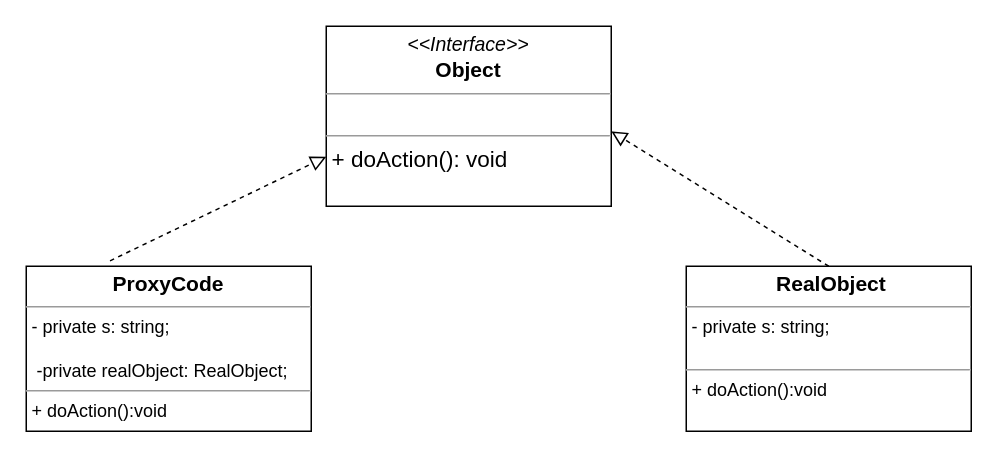
Above: structural/proxy/proxy.drawio in MaksShadows/Patterns (draw.io), before the change. Source tidied: cells renumbered, new cells numbered last; positions are measured from the earlier drawing's top-left corner, leaving out a move shared by most shapes. Both pictures are drawn from the tidied source at 150%, with x=0, y=0 at pixel (26, 26).
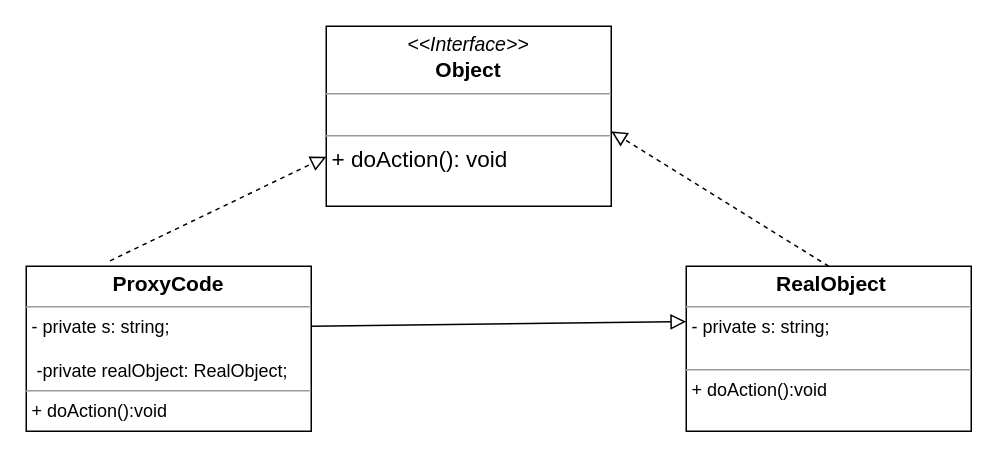
The same page after the edit.

What changed in the source:
```diff
@@
 <mxGraphModel>
   <root>
     <mxCell id="0" />
     <mxCell id="1" parent="0" />
     <mxCell id="2" value="&lt;p style=&quot;margin: 0px ; margin-top: 4px ; text-align: center&quot;&gt;&lt;b&gt;&lt;font style=&quot;font-size: 14px&quot;&gt;ProxyCode&lt;/font&gt;&lt;/b&gt;&lt;br&gt;&lt;/p&gt;&lt;hr size=&quot;1&quot;&gt;&lt;p style=&quot;margin: 0px ; margin-left: 4px&quot;&gt;-&amp;nbsp;&lt;span&gt;private s: string;&lt;/span&gt;&lt;/p&gt;&lt;p style=&quot;margin: 0px ; margin-left: 4px&quot;&gt;&lt;span&gt;&lt;br&gt;&lt;/span&gt;&lt;/p&gt;&lt;p style=&quot;margin: 0px ; margin-left: 4px&quot;&gt;&lt;span&gt;&amp;nbsp;-private realObject: RealObject;&lt;br&gt;&lt;/span&gt;&lt;/p&gt;&lt;hr size=&quot;1&quot;&gt;&lt;p style=&quot;margin: 0px ; margin-left: 4px&quot;&gt;+&amp;nbsp;doAction():void&lt;/p&gt;" style="verticalAlign=top;align=left;overflow=fill;fontSize=12;fontFamily=Helvetica;html=1;" parent="1" vertex="1">
       <mxGeometry y="160" width="190" height="110" as="geometry" />
     </mxCell>
     <mxCell id="3" style="endArrow=block;startArrow=none;endFill=0;startFill=0;endSize=8;html=1;verticalAlign=bottom;dashed=1;labelBackgroundColor=none;exitX=0.294;exitY=-0.033;exitDx=0;exitDy=0;exitPerimeter=0;entryX=0;entryY=0.588;entryDx=0;entryDy=0;entryPerimeter=0;" parent="1" edge="1" source="2">
       <mxGeometry relative="1" as="geometry">
         <mxPoint x="200" y="87" as="targetPoint" />
       </mxGeometry>
     </mxCell>
     <mxCell id="4" style="endArrow=block;startArrow=none;endFill=0;startFill=0;endSize=8;html=1;verticalAlign=bottom;dashed=1;labelBackgroundColor=none;exitX=0.5;exitY=0;exitDx=0;exitDy=0;entryX=1;entryY=0.5;entryDx=0;entryDy=0;" parent="1" edge="1" source="5">
       <mxGeometry relative="1" as="geometry">
         <mxPoint x="390" y="70" as="targetPoint" />
       </mxGeometry>
     </mxCell>
     <mxCell id="5" value="&lt;p style=&quot;margin: 0px ; margin-top: 4px ; text-align: center&quot;&gt;&lt;span style=&quot;font-size: 14px&quot;&gt;&lt;b&gt;&amp;nbsp;RealObject&lt;/b&gt;&lt;/span&gt;&lt;br&gt;&lt;/p&gt;&lt;hr size=&quot;1&quot;&gt;&lt;p style=&quot;margin: 0px ; margin-left: 4px&quot;&gt;-&amp;nbsp;&lt;span&gt;private s: string;&lt;/span&gt;&lt;/p&gt;&lt;p style=&quot;margin: 0px ; margin-left: 4px&quot;&gt;&lt;br&gt;&lt;/p&gt;&lt;hr size=&quot;1&quot;&gt;&lt;p style=&quot;margin: 0px ; margin-left: 4px&quot;&gt;+&amp;nbsp;doAction():void&lt;/p&gt;" style="verticalAlign=top;align=left;overflow=fill;fontSize=12;fontFamily=Helvetica;html=1;" parent="1" vertex="1">
       <mxGeometry x="440" y="160" width="190" height="110" as="geometry" />
     </mxCell>
     <mxCell id="6" value="&lt;p style=&quot;margin: 4px 0px 0px ; text-align: center ; font-size: 14px&quot;&gt;&lt;i style=&quot;font-size: 13px&quot;&gt;&amp;lt;&amp;lt;Interface&amp;gt;&amp;gt;&lt;/i&gt;&lt;br&gt;&lt;b&gt;Object&lt;/b&gt;&lt;/p&gt;&lt;hr size=&quot;1&quot; style=&quot;font-size: 14px&quot;&gt;&lt;p style=&quot;margin: 0px ; margin-left: 4px&quot;&gt;&lt;br&gt;&lt;/p&gt;&lt;hr size=&quot;1&quot;&gt;&lt;p style=&quot;margin: 0px 0px 0px 4px&quot;&gt;&lt;font style=&quot;font-size: 15px&quot;&gt;+ doAction(): void&lt;/font&gt;&lt;br&gt;&lt;/p&gt;" style="verticalAlign=top;align=left;overflow=fill;fontSize=12;fontFamily=Helvetica;html=1;" parent="1" vertex="1">
       <mxGeometry x="200" width="190" height="120" as="geometry" />
     </mxCell>
+    <mxCell id="7" style="endArrow=block;html=1;rounded=0;align=center;verticalAlign=bottom;endFill=0;labelBackgroundColor=none;endSize=8;entryX=0;entryY=0.336;entryDx=0;entryDy=0;entryPerimeter=0;" parent="1" edge="1" target="5">
+      <mxGeometry x="-0.62" y="-60" relative="1" as="geometry">
+        <mxPoint x="190" y="200" as="sourcePoint" />
+      </mxGeometry>
+    </mxCell>
   </root>
 </mxGraphModel>
```
